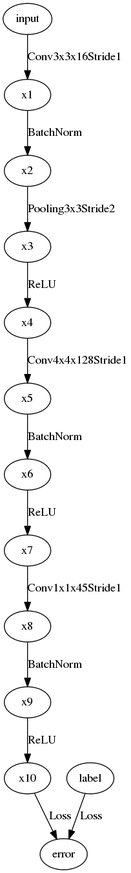
This is 12net-cc-v1/12netc.png from layumi/visualize_face_detection_net, a Graphviz export, as it was before one commit. Its source is kept beside it as 12net-cc-v1/12netc.dot. Source of this version:
```dot
digraph G {
input -> x1[label = Conv3x3x16#Stride1];
x1 -> x2[label = BatchNorm];
x2 -> x3[label = Pooling3x3Stride2];
x3 -> x4[label = ReLU];
x4 -> x5[label = Conv4x4x128#Stride1];
x5 -> x6[label = BatchNorm];
x6 -> x7[label = ReLU];
x7 -> x8[label = Conv1x1x45#Stride1];
x8 -> x9[label = BatchNorm];
x9 -> x10[label = ReLU];
x10 -> error[label = Loss];
label -> error[label = Loss];
}
```
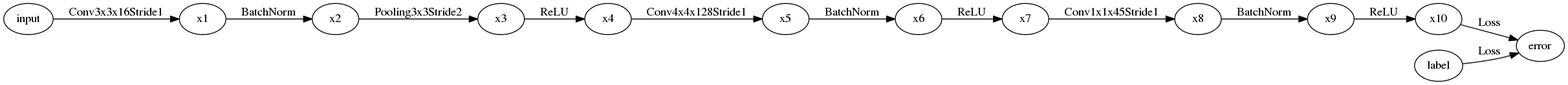
After the commit.

What changed in the source:
```diff
@@ -1,12 +1,13 @@
 digraph G {
-input -> x1[label = Conv3x3x16#Stride1];
+rankdir=LR;
+input -> x1[label = Conv3x3x16Stride1];
 x1 -> x2[label = BatchNorm];
 x2 -> x3[label = Pooling3x3Stride2];
 x3 -> x4[label = ReLU];
-x4 -> x5[label = Conv4x4x128#Stride1];
+x4 -> x5[label = Conv4x4x128Stride1];
 x5 -> x6[label = BatchNorm];
 x6 -> x7[label = ReLU];
-x7 -> x8[label = Conv1x1x45#Stride1];
+x7 -> x8[label = Conv1x1x45Stride1];
 x8 -> x9[label = BatchNorm];
 x9 -> x10[label = ReLU];
 x10 -> error[label = Loss];
```
